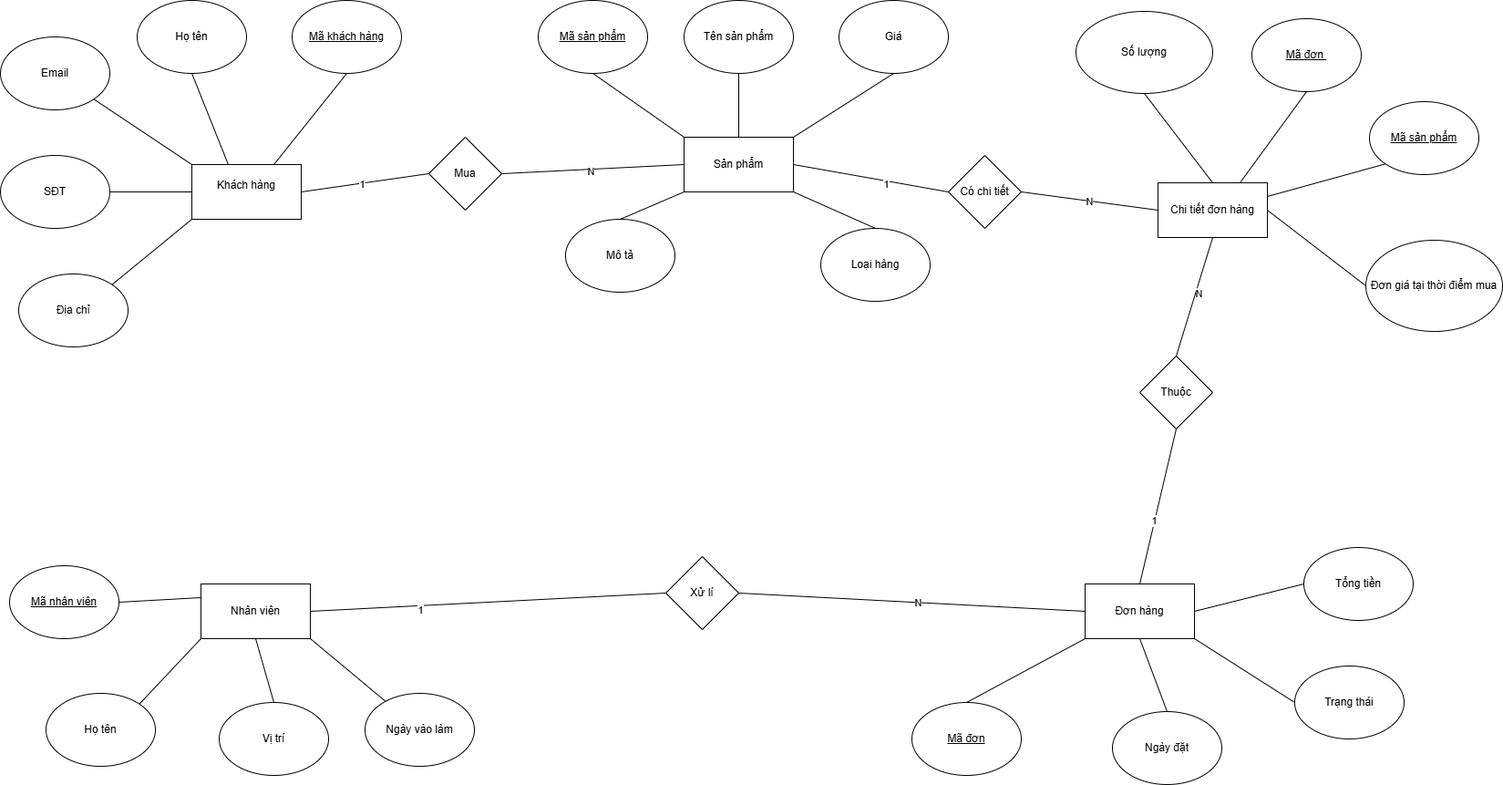
Above: Session1/BTVN2.png in bqhung95/BTVN-Rikkie (draw.io), before the change. Source tidied: cells renumbered, new cells last; positions are measured from the earlier drawing's top-left corner, leaving out a move shared by most shapes. Source of this version:
```xml
<mxGraphModel background="light-dark(#FFFFFF,#232323)">
  <root>
    <mxCell id="0" />
    <mxCell id="1" parent="0" />
    <mxCell id="2" value="Chi tiết đơn hàng" style="rounded=0;whiteSpace=wrap;html=1;" parent="1" vertex="1">
      <mxGeometry x="1270" y="200" width="120" height="60" as="geometry" />
    </mxCell>
    <mxCell id="3" value="Đơn hàng" style="rounded=0;whiteSpace=wrap;html=1;" parent="1" vertex="1">
      <mxGeometry x="1190" y="640" width="120" height="60" as="geometry" />
    </mxCell>
    <mxCell id="4" value="Sản phẩm" style="rounded=0;whiteSpace=wrap;html=1;" parent="1" vertex="1">
      <mxGeometry x="750" y="150" width="120" height="60" as="geometry" />
    </mxCell>
    <mxCell id="5" value="Nhân viên" style="rounded=0;whiteSpace=wrap;html=1;" parent="1" vertex="1">
      <mxGeometry x="220" y="640" width="120" height="60" as="geometry" />
    </mxCell>
    <mxCell id="6" value="Khách hàng&lt;div&gt;&lt;br&gt;&lt;/div&gt;" style="rounded=0;whiteSpace=wrap;html=1;" parent="1" vertex="1">
      <mxGeometry x="210" y="180" width="120" height="60" as="geometry" />
    </mxCell>
    <mxCell id="7" value="Địa chỉ" style="ellipse;whiteSpace=wrap;html=1;" parent="1" vertex="1">
      <mxGeometry x="20" y="300" width="120" height="80" as="geometry" />
    </mxCell>
    <mxCell id="8" value="SĐT" style="ellipse;whiteSpace=wrap;html=1;" parent="1" vertex="1">
      <mxGeometry y="170" width="120" height="80" as="geometry" />
    </mxCell>
    <mxCell id="9" value="Email" style="ellipse;whiteSpace=wrap;html=1;" parent="1" vertex="1">
      <mxGeometry y="40" width="120" height="80" as="geometry" />
    </mxCell>
    <mxCell id="10" value="Họ tên" style="ellipse;whiteSpace=wrap;html=1;" parent="1" vertex="1">
      <mxGeometry x="150" width="120" height="80" as="geometry" />
    </mxCell>
    <mxCell id="11" value="&lt;u&gt;Mã khách hàng&lt;/u&gt;" style="ellipse;whiteSpace=wrap;html=1;" parent="1" vertex="1">
      <mxGeometry x="320" width="120" height="80" as="geometry" />
    </mxCell>
    <mxCell id="12" value="Loại hàng" style="ellipse;whiteSpace=wrap;html=1;" parent="1" vertex="1">
      <mxGeometry x="900" y="250" width="120" height="80" as="geometry" />
    </mxCell>
    <mxCell id="13" value="Mô tả" style="ellipse;whiteSpace=wrap;html=1;" parent="1" vertex="1">
      <mxGeometry x="620" y="240" width="120" height="80" as="geometry" />
    </mxCell>
    <mxCell id="14" value="Giá" style="ellipse;whiteSpace=wrap;html=1;" parent="1" vertex="1">
      <mxGeometry x="920" width="120" height="80" as="geometry" />
    </mxCell>
    <mxCell id="15" value="Tên sản phẩm" style="ellipse;whiteSpace=wrap;html=1;" parent="1" vertex="1">
      <mxGeometry x="750" width="120" height="80" as="geometry" />
    </mxCell>
    <mxCell id="16" value="&lt;u&gt;Mã sản phẩm&lt;/u&gt;" style="ellipse;whiteSpace=wrap;html=1;" parent="1" vertex="1">
      <mxGeometry x="590" width="120" height="80" as="geometry" />
    </mxCell>
    <mxCell id="17" value="Trạng thái" style="ellipse;whiteSpace=wrap;html=1;" parent="1" vertex="1">
      <mxGeometry x="1420" y="730" width="120" height="80" as="geometry" />
    </mxCell>
    <mxCell id="18" value="Tổng tiền" style="ellipse;whiteSpace=wrap;html=1;" parent="1" vertex="1">
      <mxGeometry x="1430" y="600" width="120" height="80" as="geometry" />
    </mxCell>
    <mxCell id="19" value="Ngày đặt" style="ellipse;whiteSpace=wrap;html=1;" parent="1" vertex="1">
      <mxGeometry x="1220" y="780" width="120" height="80" as="geometry" />
    </mxCell>
    <mxCell id="20" value="&lt;u&gt;Mã đơn&lt;/u&gt;" style="ellipse;whiteSpace=wrap;html=1;" parent="1" vertex="1">
      <mxGeometry x="1000" y="770" width="120" height="80" as="geometry" />
    </mxCell>
    <mxCell id="21" value="Đơn giá tại thời điểm mua" style="ellipse;whiteSpace=wrap;html=1;" parent="1" vertex="1">
      <mxGeometry x="1498" y="263" width="150" height="100" as="geometry" />
    </mxCell>
    <mxCell id="22" value="Số lượng" style="ellipse;whiteSpace=wrap;html=1;" parent="1" vertex="1">
      <mxGeometry x="1180" y="12" width="150" height="90" as="geometry" />
    </mxCell>
    <mxCell id="23" value="Ngày vào làm" style="ellipse;whiteSpace=wrap;html=1;" parent="1" vertex="1">
      <mxGeometry x="400" y="760" width="120" height="80" as="geometry" />
    </mxCell>
    <mxCell id="24" value="Vị trí" style="ellipse;whiteSpace=wrap;html=1;" parent="1" vertex="1">
      <mxGeometry x="240" y="770" width="120" height="80" as="geometry" />
    </mxCell>
    <mxCell id="25" value="Họ tên" style="ellipse;whiteSpace=wrap;html=1;" parent="1" vertex="1">
      <mxGeometry x="50" y="760" width="120" height="80" as="geometry" />
    </mxCell>
    <mxCell id="26" value="&lt;u&gt;Mã nhân viên&lt;/u&gt;" style="ellipse;whiteSpace=wrap;html=1;" parent="1" vertex="1">
      <mxGeometry x="10" y="620" width="120" height="80" as="geometry" />
    </mxCell>
    <mxCell id="27" style="endArrow=none;html=1;rounded=0;entryX=0;entryY=0.25;entryDx=0;entryDy=0;exitX=1;exitY=0.5;exitDx=0;exitDy=0;" parent="1" edge="1" source="26" target="5">
      <mxGeometry relative="1" as="geometry" />
    </mxCell>
    <mxCell id="28" style="endArrow=none;html=1;rounded=0;entryX=0;entryY=1;entryDx=0;entryDy=0;exitX=1;exitY=0;exitDx=0;exitDy=0;" parent="1" edge="1" source="25" target="5">
      <mxGeometry relative="1" as="geometry" />
    </mxCell>
    <mxCell id="29" style="endArrow=none;html=1;rounded=0;entryX=0.5;entryY=1;entryDx=0;entryDy=0;exitX=0.5;exitY=0;exitDx=0;exitDy=0;" parent="1" edge="1" source="24" target="5">
      <mxGeometry relative="1" as="geometry" />
    </mxCell>
    <mxCell id="30" style="endArrow=none;html=1;rounded=0;entryX=1;entryY=1;entryDx=0;entryDy=0;" parent="1" edge="1" source="23" target="5">
      <mxGeometry relative="1" as="geometry" />
    </mxCell>
    <mxCell id="31" style="endArrow=none;html=1;rounded=0;entryX=0.5;entryY=0;entryDx=0;entryDy=0;exitX=0;exitY=1;exitDx=0;exitDy=0;" parent="1" edge="1" source="3" target="20">
      <mxGeometry relative="1" as="geometry" />
    </mxCell>
    <mxCell id="32" style="endArrow=none;html=1;rounded=0;entryX=0.5;entryY=0;entryDx=0;entryDy=0;exitX=0.5;exitY=1;exitDx=0;exitDy=0;" parent="1" edge="1" source="3" target="19">
      <mxGeometry relative="1" as="geometry" />
    </mxCell>
    <mxCell id="33" style="endArrow=none;html=1;rounded=0;entryX=0;entryY=0.5;entryDx=0;entryDy=0;exitX=1;exitY=1;exitDx=0;exitDy=0;" parent="1" edge="1" source="3" target="17">
      <mxGeometry relative="1" as="geometry" />
    </mxCell>
    <mxCell id="34" style="endArrow=none;html=1;rounded=0;entryX=0;entryY=0.5;entryDx=0;entryDy=0;exitX=1;exitY=0.5;exitDx=0;exitDy=0;" parent="1" edge="1" source="3" target="18">
      <mxGeometry relative="1" as="geometry" />
    </mxCell>
    <mxCell id="35" style="endArrow=none;html=1;rounded=0;entryX=0;entryY=0.5;entryDx=0;entryDy=0;exitX=1;exitY=0.5;exitDx=0;exitDy=0;" parent="1" edge="1" source="2" target="21">
      <mxGeometry relative="1" as="geometry" />
    </mxCell>
    <mxCell id="36" style="endArrow=none;html=1;rounded=0;entryX=0.5;entryY=1;entryDx=0;entryDy=0;exitX=0.5;exitY=0;exitDx=0;exitDy=0;" parent="1" edge="1" source="2" target="22">
      <mxGeometry relative="1" as="geometry" />
    </mxCell>
    <mxCell id="37" style="endArrow=none;html=1;rounded=0;entryX=0;entryY=1;entryDx=0;entryDy=0;exitX=0.5;exitY=0;exitDx=0;exitDy=0;" parent="1" edge="1" source="13" target="4">
      <mxGeometry relative="1" as="geometry" />
    </mxCell>
    <mxCell id="38" style="endArrow=none;html=1;rounded=0;entryX=0.5;entryY=0;entryDx=0;entryDy=0;exitX=1;exitY=1;exitDx=0;exitDy=0;" parent="1" edge="1" source="4" target="12">
      <mxGeometry relative="1" as="geometry" />
    </mxCell>
    <mxCell id="39" style="endArrow=none;html=1;rounded=0;entryX=0.5;entryY=1;entryDx=0;entryDy=0;exitX=1;exitY=0;exitDx=0;exitDy=0;" parent="1" edge="1" source="4" target="14">
      <mxGeometry relative="1" as="geometry" />
    </mxCell>
    <mxCell id="40" style="endArrow=none;html=1;rounded=0;exitX=0.5;exitY=0;exitDx=0;exitDy=0;" parent="1" edge="1" source="4" target="15">
      <mxGeometry relative="1" as="geometry" />
    </mxCell>
    <mxCell id="41" style="endArrow=none;html=1;rounded=0;entryX=0.5;entryY=1;entryDx=0;entryDy=0;exitX=0;exitY=0;exitDx=0;exitDy=0;" parent="1" edge="1" source="4" target="16">
      <mxGeometry relative="1" as="geometry" />
    </mxCell>
    <mxCell id="42" style="endArrow=none;html=1;rounded=0;entryX=0.5;entryY=1;entryDx=0;entryDy=0;exitX=0.75;exitY=0;exitDx=0;exitDy=0;" parent="1" edge="1" source="6" target="11">
      <mxGeometry relative="1" as="geometry" />
    </mxCell>
    <mxCell id="43" style="endArrow=none;html=1;rounded=0;entryX=0.5;entryY=1;entryDx=0;entryDy=0;exitX=0.333;exitY=0;exitDx=0;exitDy=0;exitPerimeter=0;" parent="1" edge="1" source="6" target="10">
      <mxGeometry relative="1" as="geometry" />
    </mxCell>
    <mxCell id="44" style="endArrow=none;html=1;rounded=0;entryX=1;entryY=1;entryDx=0;entryDy=0;exitX=0;exitY=0;exitDx=0;exitDy=0;" parent="1" edge="1" source="6" target="9">
      <mxGeometry relative="1" as="geometry" />
    </mxCell>
    <mxCell id="45" style="endArrow=none;html=1;rounded=0;entryX=0;entryY=0.5;entryDx=0;entryDy=0;" parent="1" edge="1" source="8" target="6">
      <mxGeometry relative="1" as="geometry" />
    </mxCell>
    <mxCell id="46" style="endArrow=none;html=1;rounded=0;entryX=0;entryY=1;entryDx=0;entryDy=0;exitX=1;exitY=0;exitDx=0;exitDy=0;" parent="1" edge="1" source="7" target="6">
      <mxGeometry relative="1" as="geometry" />
    </mxCell>
    <mxCell id="47" value="Mua" style="rhombus;whiteSpace=wrap;html=1;" parent="1" vertex="1">
      <mxGeometry x="470" y="150" width="80" height="80" as="geometry" />
    </mxCell>
    <mxCell id="48" style="endArrow=none;html=1;rounded=0;entryX=0;entryY=0.5;entryDx=0;entryDy=0;exitX=1;exitY=0.5;exitDx=0;exitDy=0;" parent="1" edge="1" source="6" target="47">
      <mxGeometry relative="1" as="geometry" />
    </mxCell>
    <mxCell id="49" value="1" style="edgeLabel;html=1;align=center;verticalAlign=middle;" parent="48" vertex="1">
      <mxGeometry x="-0.05" y="-1" relative="1" as="geometry" />
    </mxCell>
    <mxCell id="50" style="endArrow=none;html=1;rounded=0;entryX=0;entryY=0.5;entryDx=0;entryDy=0;exitX=1;exitY=0.5;exitDx=0;exitDy=0;" parent="1" edge="1" source="47" target="4">
      <mxGeometry relative="1" as="geometry" />
    </mxCell>
    <mxCell id="51" value="N" style="edgeLabel;html=1;align=center;verticalAlign=middle;" parent="50" vertex="1">
      <mxGeometry x="-0.02" y="-2" relative="1" as="geometry" />
    </mxCell>
    <mxCell id="52" value="Xử lí" style="rhombus;whiteSpace=wrap;html=1;" parent="1" vertex="1">
      <mxGeometry x="730" y="610" width="80" height="80" as="geometry" />
    </mxCell>
    <mxCell id="53" style="endArrow=none;html=1;rounded=0;entryX=0;entryY=0.5;entryDx=0;entryDy=0;exitX=1;exitY=0.5;exitDx=0;exitDy=0;" parent="1" edge="1" source="52" target="3">
      <mxGeometry relative="1" as="geometry" />
    </mxCell>
    <mxCell id="54" value="N" style="edgeLabel;html=1;align=center;verticalAlign=middle;" parent="53" vertex="1">
      <mxGeometry x="0.04" relative="1" as="geometry" />
    </mxCell>
    <mxCell id="55" style="endArrow=none;html=1;rounded=0;entryX=0;entryY=0.5;entryDx=0;entryDy=0;exitX=1;exitY=0.5;exitDx=0;exitDy=0;" parent="1" edge="1" source="5" target="52">
      <mxGeometry relative="1" as="geometry" />
    </mxCell>
    <mxCell id="56" value="1" style="edgeLabel;html=1;align=center;verticalAlign=middle;" parent="55" vertex="1">
      <mxGeometry x="-0.39" y="-5" relative="1" as="geometry" />
    </mxCell>
    <mxCell id="57" value="&lt;div&gt;Có chi tiết&lt;/div&gt;" style="rhombus;whiteSpace=wrap;html=1;" parent="1" vertex="1">
      <mxGeometry x="1040" y="170" width="80" height="80" as="geometry" />
    </mxCell>
    <mxCell id="58" style="endArrow=none;html=1;rounded=0;entryX=0;entryY=0.5;entryDx=0;entryDy=0;exitX=1;exitY=0.5;exitDx=0;exitDy=0;" parent="1" edge="1" source="4" target="57">
      <mxGeometry relative="1" as="geometry" />
    </mxCell>
    <mxCell id="59" value="1" style="edgeLabel;html=1;align=center;verticalAlign=middle;" parent="58" vertex="1">
      <mxGeometry x="0.21" y="-3" relative="1" as="geometry" />
    </mxCell>
    <mxCell id="60" style="endArrow=none;html=1;rounded=0;entryX=0;entryY=0.5;entryDx=0;entryDy=0;exitX=1;exitY=0.5;exitDx=0;exitDy=0;" parent="1" edge="1" source="57" target="2">
      <mxGeometry relative="1" as="geometry" />
    </mxCell>
    <mxCell id="61" value="N" style="edgeLabel;html=1;align=center;verticalAlign=middle;" parent="60" vertex="1">
      <mxGeometry x="-0.01" y="-1" relative="1" as="geometry" />
    </mxCell>
    <mxCell id="62" value="Thuộc" style="rhombus;whiteSpace=wrap;html=1;" parent="1" vertex="1">
      <mxGeometry x="1250" y="390" width="80" height="80" as="geometry" />
    </mxCell>
    <mxCell id="63" style="endArrow=none;html=1;rounded=0;entryX=0.5;entryY=1;entryDx=0;entryDy=0;exitX=0.5;exitY=0;exitDx=0;exitDy=0;" parent="1" edge="1" source="62" target="2">
      <mxGeometry relative="1" as="geometry" />
    </mxCell>
    <mxCell id="64" value="N" style="edgeLabel;html=1;align=center;verticalAlign=middle;" parent="63" vertex="1">
      <mxGeometry x="0.07" y="-3" relative="1" as="geometry" />
    </mxCell>
    <mxCell id="65" style="endArrow=none;html=1;rounded=0;entryX=0.5;entryY=1;entryDx=0;entryDy=0;exitX=0.5;exitY=0;exitDx=0;exitDy=0;" parent="1" edge="1" source="3" target="62">
      <mxGeometry relative="1" as="geometry" />
    </mxCell>
    <mxCell id="66" value="1" style="edgeLabel;html=1;align=center;verticalAlign=middle;" parent="65" vertex="1">
      <mxGeometry x="-0.19" y="1" relative="1" as="geometry" />
    </mxCell>
    <mxCell id="67" value="&lt;u&gt;Mã đơn&amp;nbsp;&lt;/u&gt;" style="ellipse;whiteSpace=wrap;html=1;" parent="1" vertex="1">
      <mxGeometry x="1373" y="20" width="120" height="80" as="geometry" />
    </mxCell>
    <mxCell id="68" value="&lt;u&gt;Mã sản phẩm&lt;/u&gt;" style="ellipse;whiteSpace=wrap;html=1;" parent="1" vertex="1">
      <mxGeometry x="1502" y="111" width="120" height="80" as="geometry" />
    </mxCell>
    <mxCell id="69" style="endArrow=none;html=1;rounded=0;entryX=0;entryY=1;entryDx=0;entryDy=0;exitX=1;exitY=0.25;exitDx=0;exitDy=0;" parent="1" edge="1" source="2" target="68">
      <mxGeometry relative="1" as="geometry" />
    </mxCell>
    <mxCell id="70" style="endArrow=none;html=1;rounded=0;entryX=0.5;entryY=1;entryDx=0;entryDy=0;exitX=0.75;exitY=0;exitDx=0;exitDy=0;" parent="1" edge="1" source="2" target="67">
      <mxGeometry relative="1" as="geometry" />
    </mxCell>
  </root>
</mxGraphModel>
```
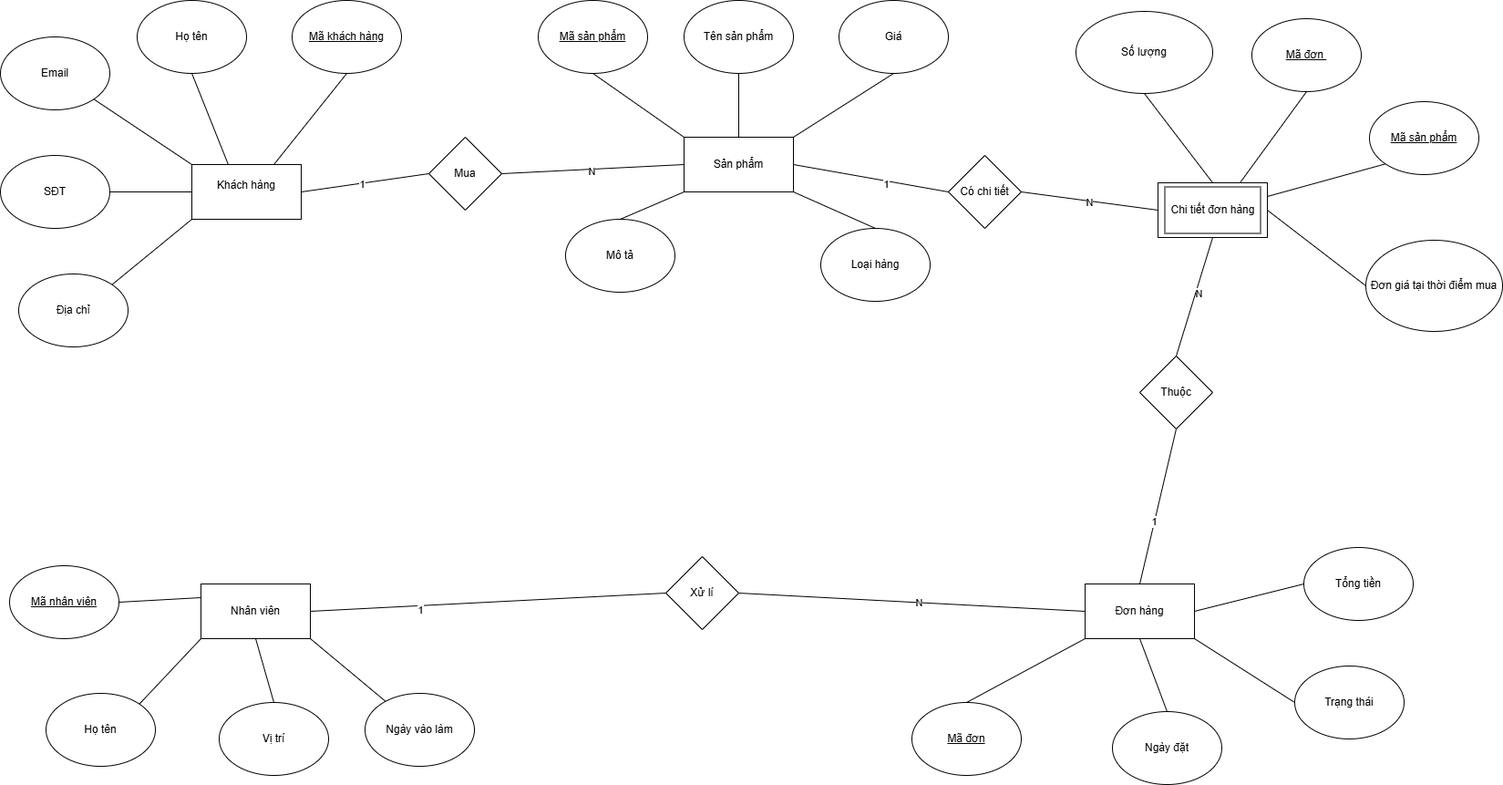
Later version of the same file.

The edit, as a diff of the source:
```diff
@@ -2,7 +2,7 @@
   <root>
     <mxCell id="0" />
     <mxCell id="1" parent="0" />
-    <mxCell id="2" value="Chi tiết đơn hàng" style="rounded=0;whiteSpace=wrap;html=1;" parent="1" vertex="1">
+    <mxCell id="2" style="rounded=0;whiteSpace=wrap;html=1;" parent="1" vertex="1">
       <mxGeometry x="1270" y="200" width="120" height="60" as="geometry" />
     </mxCell>
     <mxCell id="3" value="Đơn hàng" style="rounded=0;whiteSpace=wrap;html=1;" parent="1" vertex="1">
@@ -209,5 +209,8 @@
     <mxCell id="70" style="endArrow=none;html=1;rounded=0;entryX=0.5;entryY=1;entryDx=0;entryDy=0;exitX=0.75;exitY=0;exitDx=0;exitDy=0;" parent="1" edge="1" source="2" target="67">
       <mxGeometry relative="1" as="geometry" />
     </mxCell>
+    <mxCell id="71" value="Chi tiết đơn hàng" style="rounded=0;whiteSpace=wrap;html=1;" parent="1" vertex="1">
+      <mxGeometry x="1277.5" y="204.5" width="105" height="51" as="geometry" />
+    </mxCell>
   </root>
 </mxGraphModel>
```
